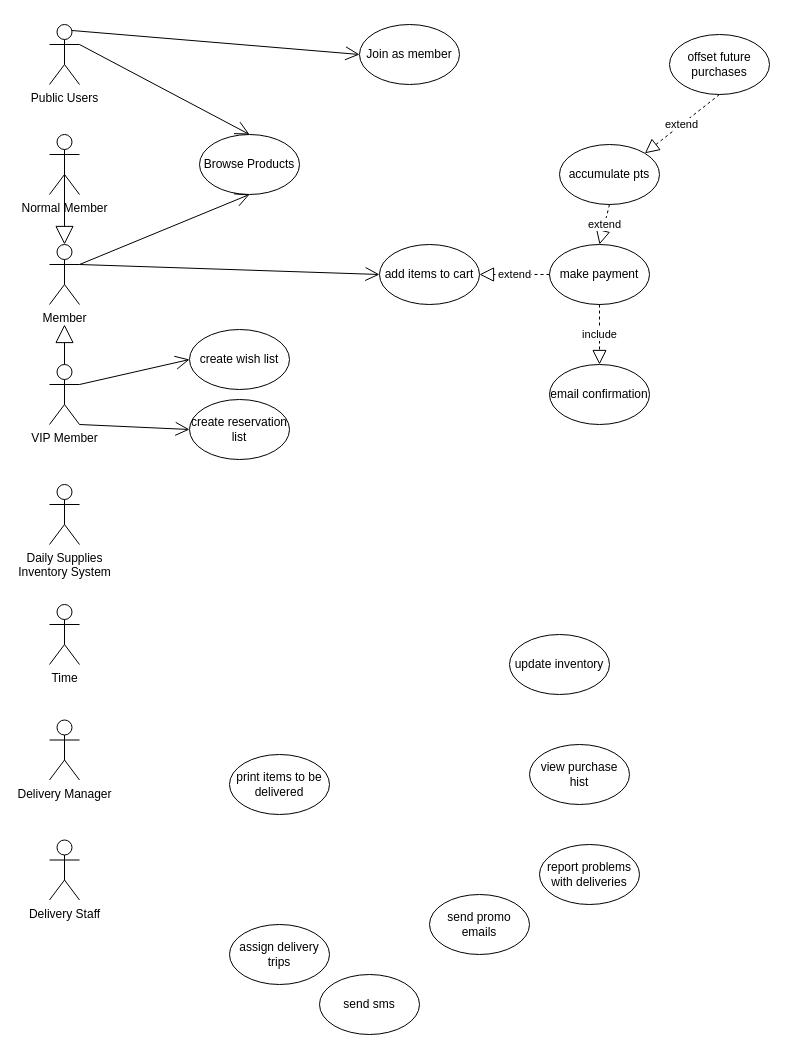
Earlier version of the draw.io diagram MST_Practice.drawio (darwin098/SEP-Tutorial-2). Source tidied: cells renumbered, new cells numbered last; positions are measured from the earlier drawing's top-left corner, leaving out a move shared by most shapes. Both pictures are drawn from the tidied source at 100%, with x=0, y=0 at pixel (49, 24).
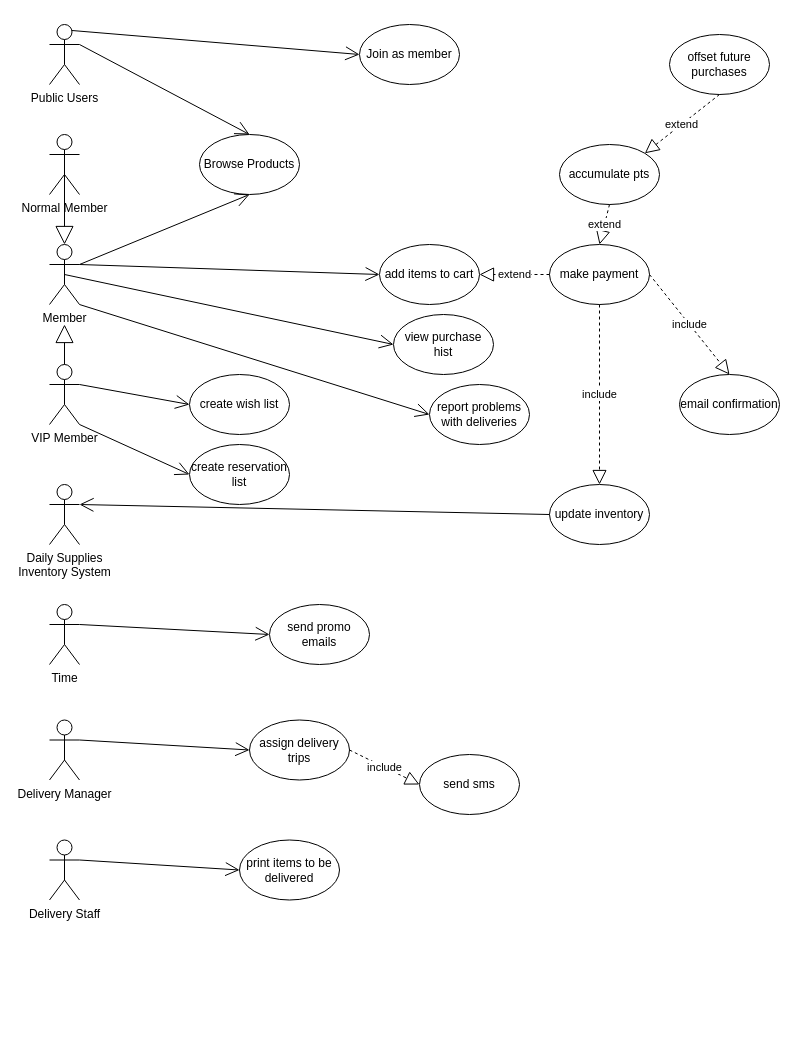
Above is the later version.

Unchanged cells that the change refers to:
```xml
<mxCell id="3" value="Member" style="shape=umlActor;verticalLabelPosition=bottom;verticalAlign=top;html=1;outlineConnect=0;" parent="1" vertex="1">
  <mxGeometry y="220" width="30" height="60" as="geometry" />
</mxCell>
<mxCell id="6" value="Daily Supplies &lt;br&gt;Inventory System" style="shape=umlActor;verticalLabelPosition=bottom;verticalAlign=top;html=1;outlineConnect=0;" parent="1" vertex="1">
  <mxGeometry y="460" width="30" height="60" as="geometry" />
</mxCell>
<mxCell id="7" value="Time" style="shape=umlActor;verticalLabelPosition=bottom;verticalAlign=top;html=1;outlineConnect=0;" parent="1" vertex="1">
  <mxGeometry y="580" width="30" height="60" as="geometry" />
</mxCell>
<mxCell id="8" value="Delivery Manager" style="shape=umlActor;verticalLabelPosition=bottom;verticalAlign=top;html=1;outlineConnect=0;" parent="1" vertex="1">
  <mxGeometry y="695.5" width="30" height="60" as="geometry" />
</mxCell>
<mxCell id="9" value="make payment" style="ellipse;whiteSpace=wrap;html=1;" parent="1" vertex="1">
  <mxGeometry x="500" y="220" width="100" height="60" as="geometry" />
</mxCell>
<mxCell id="15" value="Delivery Staff" style="shape=umlActor;verticalLabelPosition=bottom;verticalAlign=top;html=1;outlineConnect=0;" parent="1" vertex="1">
  <mxGeometry y="815.5" width="30" height="60" as="geometry" />
</mxCell>
```

Change to the diagram source:
```diff
@@
     <mxCell id="17" value="create wish list" style="ellipse;whiteSpace=wrap;html=1;" parent="1" vertex="1">
-      <mxGeometry x="140" y="305" width="100" height="60" as="geometry" />
+      <mxGeometry x="140" y="350" width="100" height="60" as="geometry" />
     </mxCell>
     <mxCell id="18" value="create reservation list" style="ellipse;whiteSpace=wrap;html=1;" parent="1" vertex="1">
-      <mxGeometry x="140" y="375" width="100" height="60" as="geometry" />
+      <mxGeometry x="140" y="420" width="100" height="60" as="geometry" />
     </mxCell>
@@
     <mxCell id="20" value="email confirmation" style="ellipse;whiteSpace=wrap;html=1;" parent="1" vertex="1">
-      <mxGeometry x="500" y="340" width="100" height="60" as="geometry" />
+      <mxGeometry x="630" y="350" width="100" height="60" as="geometry" />
     </mxCell>
     <mxCell id="21" value="update inventory" style="ellipse;whiteSpace=wrap;html=1;" parent="1" vertex="1">
-      <mxGeometry x="460" y="610" width="100" height="60" as="geometry" />
+      <mxGeometry x="500" y="460" width="100" height="60" as="geometry" />
     </mxCell>
     <mxCell id="22" value="view purchase hist" style="ellipse;whiteSpace=wrap;html=1;" parent="1" vertex="1">
-      <mxGeometry x="480" y="720" width="100" height="60" as="geometry" />
+      <mxGeometry x="344" y="290" width="100" height="60" as="geometry" />
     </mxCell>
     <mxCell id="23" value="report problems with deliveries" style="ellipse;whiteSpace=wrap;html=1;" parent="1" vertex="1">
-      <mxGeometry x="490" y="820" width="100" height="60" as="geometry" />
+      <mxGeometry x="380" y="360" width="100" height="60" as="geometry" />
     </mxCell>
     <mxCell id="24" value="send promo emails" style="ellipse;whiteSpace=wrap;html=1;" parent="1" vertex="1">
-      <mxGeometry x="380" y="870" width="100" height="60" as="geometry" />
+      <mxGeometry x="220" y="580" width="100" height="60" as="geometry" />
     </mxCell>
     <mxCell id="25" value="assign delivery trips" style="ellipse;whiteSpace=wrap;html=1;" parent="1" vertex="1">
-      <mxGeometry x="180" y="900" width="100" height="60" as="geometry" />
+      <mxGeometry x="200" y="695.5" width="100" height="60" as="geometry" />
     </mxCell>
     <mxCell id="26" value="send sms" style="ellipse;whiteSpace=wrap;html=1;" parent="1" vertex="1">
-      <mxGeometry x="270" y="950" width="100" height="60" as="geometry" />
+      <mxGeometry x="370" y="730" width="100" height="60" as="geometry" />
     </mxCell>
     <mxCell id="27" value="print items to be delivered" style="ellipse;whiteSpace=wrap;html=1;" parent="1" vertex="1">
-      <mxGeometry x="180" y="730" width="100" height="60" as="geometry" />
+      <mxGeometry x="190" y="815.5" width="100" height="60" as="geometry" />
     </mxCell>
@@
-    <mxCell id="37" value="include" style="endArrow=block;dashed=1;endFill=0;endSize=12;html=1;rounded=0;exitX=0.5;exitY=1;exitDx=0;exitDy=0;entryX=0.5;entryY=0;entryDx=0;entryDy=0;" parent="1" edge="1" source="9" target="20">
+    <mxCell id="37" value="include" style="endArrow=block;dashed=1;endFill=0;endSize=12;html=1;rounded=0;exitX=0.5;exitY=1;exitDx=0;exitDy=0;entryX=0.5;entryY=0;entryDx=0;entryDy=0;" parent="1" edge="1" source="9" target="21">
       <mxGeometry relative="1" as="geometry" />
     </mxCell>
+    <mxCell id="38" style="endArrow=open;endFill=1;endSize=12;html=1;rounded=0;exitX=0;exitY=0.5;exitDx=0;exitDy=0;entryX=1;entryY=0.3333333333333333;entryDx=0;entryDy=0;entryPerimeter=0;" parent="1" edge="1" source="21" target="6">
+      <mxGeometry relative="1" as="geometry" />
+    </mxCell>
+    <mxCell id="39" value="include" style="endArrow=block;dashed=1;endFill=0;endSize=12;html=1;rounded=0;exitX=1;exitY=0.5;exitDx=0;exitDy=0;entryX=0.5;entryY=0;entryDx=0;entryDy=0;" parent="1" edge="1" source="9" target="20">
+      <mxGeometry relative="1" as="geometry" />
+    </mxCell>
+    <mxCell id="40" style="endArrow=open;endFill=1;endSize=12;html=1;rounded=0;exitX=1;exitY=0.3333333333333333;exitDx=0;exitDy=0;exitPerimeter=0;entryX=0;entryY=0.5;entryDx=0;entryDy=0;" parent="1" edge="1" source="7" target="24">
+      <mxGeometry relative="1" as="geometry" />
+    </mxCell>
+    <mxCell id="41" style="endArrow=open;endFill=1;endSize=12;html=1;rounded=0;exitX=1;exitY=1;exitDx=0;exitDy=0;exitPerimeter=0;entryX=0;entryY=0.5;entryDx=0;entryDy=0;" parent="1" edge="1" source="3" target="23">
+      <mxGeometry relative="1" as="geometry" />
+    </mxCell>
+    <mxCell id="42" style="endArrow=open;endFill=1;endSize=12;html=1;rounded=0;exitX=0.5;exitY=0.5;exitDx=0;exitDy=0;exitPerimeter=0;entryX=0;entryY=0.5;entryDx=0;entryDy=0;" parent="1" edge="1" source="3" target="22">
+      <mxGeometry relative="1" as="geometry" />
+    </mxCell>
+    <mxCell id="43" style="endArrow=open;endFill=1;endSize=12;html=1;rounded=0;exitX=1;exitY=0.3333333333333333;exitDx=0;exitDy=0;exitPerimeter=0;entryX=0;entryY=0.5;entryDx=0;entryDy=0;" parent="1" edge="1" source="8" target="25">
+      <mxGeometry relative="1" as="geometry" />
+    </mxCell>
+    <mxCell id="44" value="include" style="endArrow=block;dashed=1;endFill=0;endSize=12;html=1;rounded=0;exitX=1;exitY=0.5;exitDx=0;exitDy=0;entryX=0;entryY=0.5;entryDx=0;entryDy=0;" parent="1" edge="1" source="25" target="26">
+      <mxGeometry relative="1" as="geometry" />
+    </mxCell>
+    <mxCell id="45" style="endArrow=open;endFill=1;endSize=12;html=1;rounded=0;exitX=1;exitY=0.3333333333333333;exitDx=0;exitDy=0;exitPerimeter=0;entryX=0;entryY=0.5;entryDx=0;entryDy=0;" parent="1" edge="1" source="15" target="27">
+      <mxGeometry relative="1" as="geometry" />
+    </mxCell>
```
